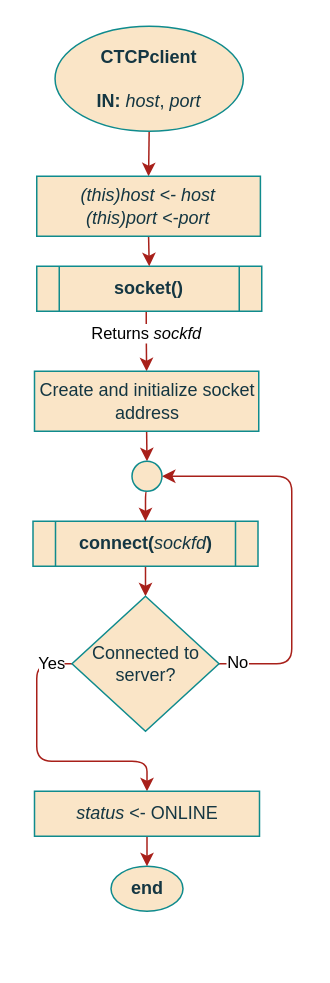
The draw.io diagram page "Constructor" (2 of 4) of documentation/flowcharts/02Classes/CTCPclient.drawio in ESRGgroup9/slipad, before the edit. Source tidied: cells renumbered, new cells numbered last; positions are measured from the earlier drawing's top-left corner, leaving out a move shared by most shapes. Both pictures are drawn from the tidied source at 150%, with x=0, y=0 at pixel (33, 26).
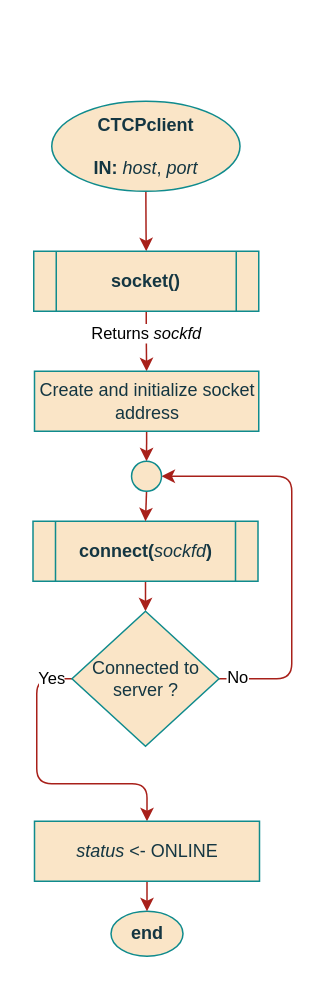
The same diagram, later.

Change to the diagram source:
```diff
@@
-    <mxCell id="2" style="edgeStyle=orthogonalEdgeStyle;curved=0;rounded=1;sketch=0;jettySize=auto;html=1;exitX=0.5;exitY=1;exitDx=0;exitDy=0;entryX=0.5;entryY=0;entryDx=0;entryDy=0;fontColor=#143642;strokeColor=#A8201A;fillColor=#FAE5C7;" parent="1" edge="1" source="3" target="21">
-      <mxGeometry relative="1" as="geometry" />
+    <mxCell id="2" style="edgeStyle=orthogonalEdgeStyle;curved=0;rounded=1;sketch=0;jettySize=auto;html=1;exitX=0.5;exitY=1;exitDx=0;exitDy=0;entryX=0.5;entryY=0;entryDx=0;entryDy=0;fontColor=#143642;strokeColor=#A8201A;fillColor=#FAE5C7;" parent="1" edge="1" source="3">
+      <mxGeometry relative="1" as="geometry">
+        <mxPoint x="75" y="150" as="targetPoint" />
+      </mxGeometry>
     </mxCell>
-    <mxCell id="3" value="&lt;div&gt;CTCPclient&lt;/div&gt;&lt;div&gt;&lt;br&gt;&lt;/div&gt;&lt;div&gt;IN: &lt;span style=&quot;font-weight: normal&quot;&gt;&lt;i&gt;host&lt;/i&gt;, &lt;i&gt;port&lt;/i&gt;&lt;/span&gt;&lt;/div&gt;" style="ellipse;whiteSpace=wrap;html=1;fillColor=#FAE5C7;strokeColor=#0F8B8D;fontColor=#143642;fontStyle=1;" parent="1" vertex="1">
-      <mxGeometry x="14.2" width="125.5" height="70" as="geometry" />
+    <mxCell id="3" value="&lt;div&gt;CTCPclient&lt;/div&gt;&lt;div&gt;&lt;br&gt;&lt;/div&gt;&lt;div&gt;IN: &lt;span style=&quot;font-weight: normal&quot;&gt;&lt;i&gt;host&lt;/i&gt;, &lt;i&gt;port&lt;/i&gt;&lt;/span&gt;&lt;br&gt;&lt;/div&gt;" style="ellipse;whiteSpace=wrap;html=1;fillColor=#FAE5C7;strokeColor=#0F8B8D;fontColor=#143642;fontStyle=1;" parent="1" vertex="1">
+      <mxGeometry x="12" y="50" width="125.5" height="60" as="geometry" />
     </mxCell>
@@
     <mxCell id="5" value="end" style="ellipse;whiteSpace=wrap;html=1;fillColor=#FAE5C7;strokeColor=#0F8B8D;fontColor=#143642;fontStyle=1;" parent="1" vertex="1">
-      <mxGeometry x="51.5" y="560" width="48" height="30" as="geometry" />
+      <mxGeometry x="51.5" y="590" width="48" height="30" as="geometry" />
     </mxCell>
     <mxCell id="6" value="socket()" style="shape=process;whiteSpace=wrap;html=1;backgroundOutline=1;rounded=0;sketch=0;fontColor=#143642;strokeColor=#0F8B8D;fillColor=#FAE5C7;fontStyle=1;" parent="1" vertex="1">
-      <mxGeometry x="2" y="160" width="150" height="30" as="geometry" />
+      <mxGeometry y="150" width="150" height="40" as="geometry" />
     </mxCell>
@@
     <mxCell id="10" value="connect(&lt;i&gt;&lt;span style=&quot;font-weight: normal&quot;&gt;sockfd&lt;/span&gt;&lt;/i&gt;)" style="shape=process;whiteSpace=wrap;html=1;backgroundOutline=1;rounded=0;sketch=0;fontColor=#143642;strokeColor=#0F8B8D;fillColor=#FAE5C7;fontStyle=1;" parent="1" vertex="1">
-      <mxGeometry x="-0.5" y="330" width="150" height="30" as="geometry" />
+      <mxGeometry x="-0.5" y="330" width="150" height="40" as="geometry" />
     </mxCell>
     <mxCell id="11" style="edgeStyle=orthogonalEdgeStyle;rounded=1;jettySize=auto;html=1;exitX=1;exitY=0.5;exitDx=0;exitDy=0;fontSize=11;strokeColor=#A8201A;entryX=1;entryY=0.5;entryDx=0;entryDy=0;" parent="1" edge="1" source="14" target="16">
       <mxGeometry relative="1" as="geometry">
         <Array as="points">
-          <mxPoint x="172" y="425" />
+          <mxPoint x="172" y="435" />
           <mxPoint x="172" y="300" />
         </Array>
       </mxGeometry>
     </mxCell>
@@
     <mxCell id="13" value="Yes" style="edgeStyle=orthogonalEdgeStyle;rounded=1;jettySize=auto;html=1;exitX=0;exitY=0.5;exitDx=0;exitDy=0;entryX=0.5;entryY=0;entryDx=0;entryDy=0;fontSize=11;strokeColor=#A8201A;" parent="1" edge="1" source="14" target="19">
       <mxGeometry x="-0.85" relative="1" as="geometry">
         <Array as="points">
-          <mxPoint x="2" y="425" />
-          <mxPoint x="2" y="490" />
-          <mxPoint x="76" y="490" />
+          <mxPoint x="2" y="435" />
+          <mxPoint x="2" y="505" />
+          <mxPoint x="76" y="505" />
+          <mxPoint x="76" y="530" />
         </Array>
       </mxGeometry>
     </mxCell>
-    <mxCell id="14" value="Connected to server?" style="rhombus;whiteSpace=wrap;html=1;rounded=0;sketch=0;fontColor=#143642;strokeColor=#0F8B8D;fillColor=#FAE5C7;" parent="1" vertex="1">
-      <mxGeometry x="25.5" y="380" width="98" height="90" as="geometry" />
+    <mxCell id="14" value="Connected to server ?" style="rhombus;whiteSpace=wrap;html=1;rounded=0;sketch=0;fontColor=#143642;strokeColor=#0F8B8D;fillColor=#FAE5C7;" parent="1" vertex="1">
+      <mxGeometry x="25.5" y="390" width="98" height="90" as="geometry" />
     </mxCell>
@@
     <mxCell id="16" style="ellipse;whiteSpace=wrap;html=1;rounded=0;sketch=0;fontColor=#143642;strokeColor=#0F8B8D;fillColor=#FAE5C7;" parent="1" vertex="1">
-      <mxGeometry x="65.5" y="290" width="20" height="20" as="geometry" />
+      <mxGeometry x="65.2" y="290" width="20" height="20" as="geometry" />
     </mxCell>
-    <mxCell id="17" style="edgeStyle=orthogonalEdgeStyle;rounded=0;orthogonalLoop=1;jettySize=auto;html=1;exitX=0.5;exitY=1;exitDx=0;exitDy=0;entryX=0.5;entryY=0;entryDx=0;entryDy=0;strokeColor=#A8201A;" parent="1" edge="1" source="19" target="19">
+    <mxCell id="17" style="edgeStyle=orthogonalEdgeStyle;rounded=0;jettySize=auto;html=1;exitX=0.5;exitY=1;exitDx=0;exitDy=0;entryX=0.5;entryY=0;entryDx=0;entryDy=0;strokeColor=#A8201A;" parent="1" edge="1" source="19" target="5">
       <mxGeometry relative="1" as="geometry" />
     </mxCell>
-    <mxCell id="18" style="edgeStyle=orthogonalEdgeStyle;rounded=0;jettySize=auto;html=1;exitX=0.5;exitY=1;exitDx=0;exitDy=0;entryX=0.5;entryY=0;entryDx=0;entryDy=0;strokeColor=#A8201A;" parent="1" edge="1" source="19" target="5">
-      <mxGeometry relative="1" as="geometry" />
-    </mxCell>
     <mxCell id="19" value="&lt;i&gt;status&lt;/i&gt; &amp;lt;- ONLINE" style="rounded=0;whiteSpace=wrap;html=1;sketch=0;fontColor=#143642;strokeColor=#0F8B8D;fillColor=#FAE5C7;" parent="1" vertex="1">
-      <mxGeometry x="0.5" y="510" width="150" height="30" as="geometry" />
+      <mxGeometry x="0.5" y="530" width="150" height="40" as="geometry" />
     </mxCell>
-    <mxCell id="20" style="edgeStyle=orthogonalEdgeStyle;rounded=0;jettySize=auto;html=1;exitX=0.5;exitY=1;exitDx=0;exitDy=0;entryX=0.5;entryY=0;entryDx=0;entryDy=0;strokeColor=#A8201A;" parent="1" edge="1" source="21" target="6">
-      <mxGeometry relative="1" as="geometry" />
-    </mxCell>
-    <mxCell id="21" value="&lt;div&gt;(this)host &amp;lt;- host&lt;/div&gt;&lt;div&gt;(this)port &amp;lt;-port&lt;/div&gt;" style="rounded=0;whiteSpace=wrap;html=1;sketch=0;fontColor=#143642;strokeColor=#0F8B8D;fillColor=#FAE5C7;fontStyle=2;" parent="1" vertex="1">
-      <mxGeometry x="2" y="100" width="149.1" height="40" as="geometry" />
-    </mxCell>
```
